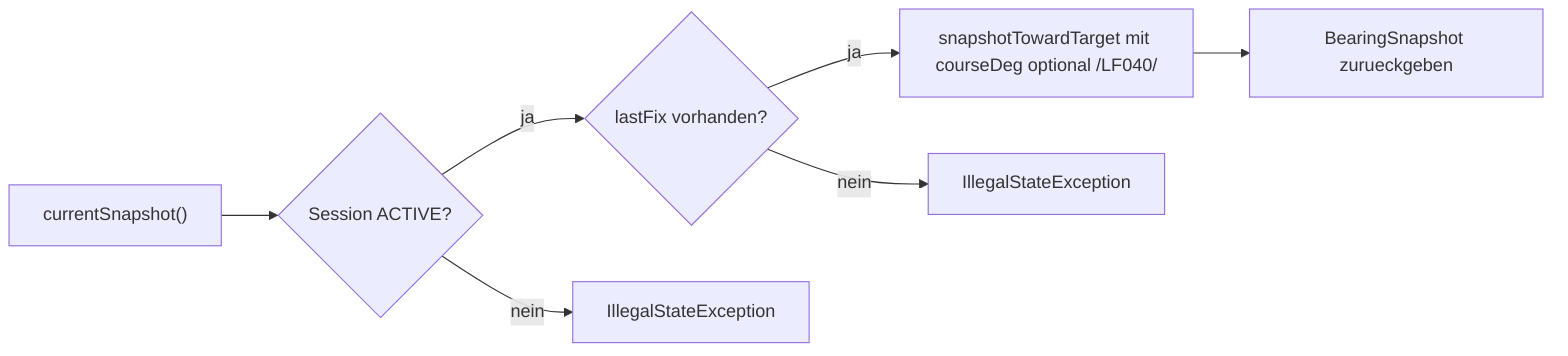
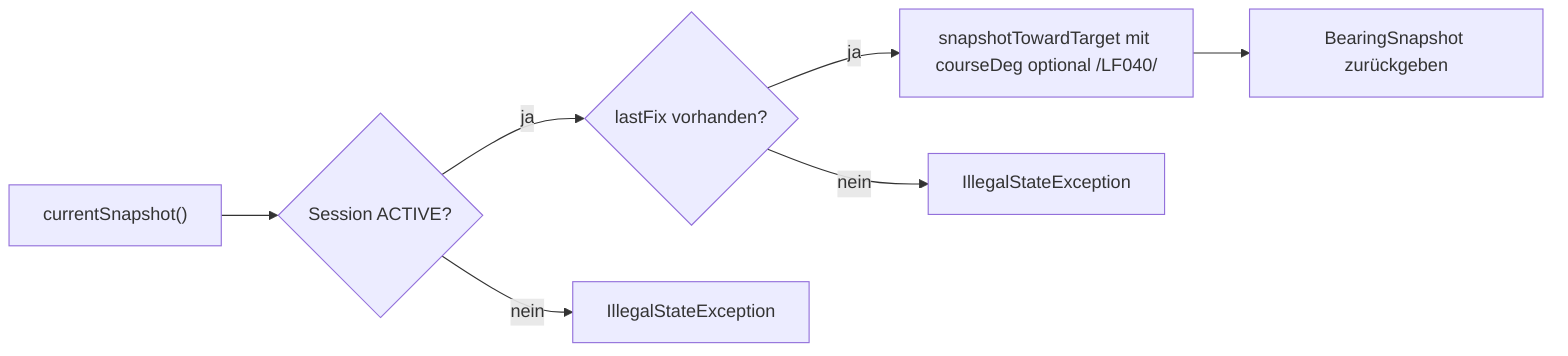
flowchart LR
  call["currentSnapshot()"] --> active{"Session ACTIVE?"}
  active -->|ja| fixQ{"lastFix vorhanden?"}
  active -->|nein| ise["IllegalStateException"]
  fixQ -->|ja| calc["snapshotTowardTarget mit courseDeg optional /LF040/"]
  fixQ -->|nein| nofix["IllegalStateException"]
-   calc --> ret["BearingSnapshot zurueckgeben"]
+   calc --> ret["BearingSnapshot zurückgeben"]
